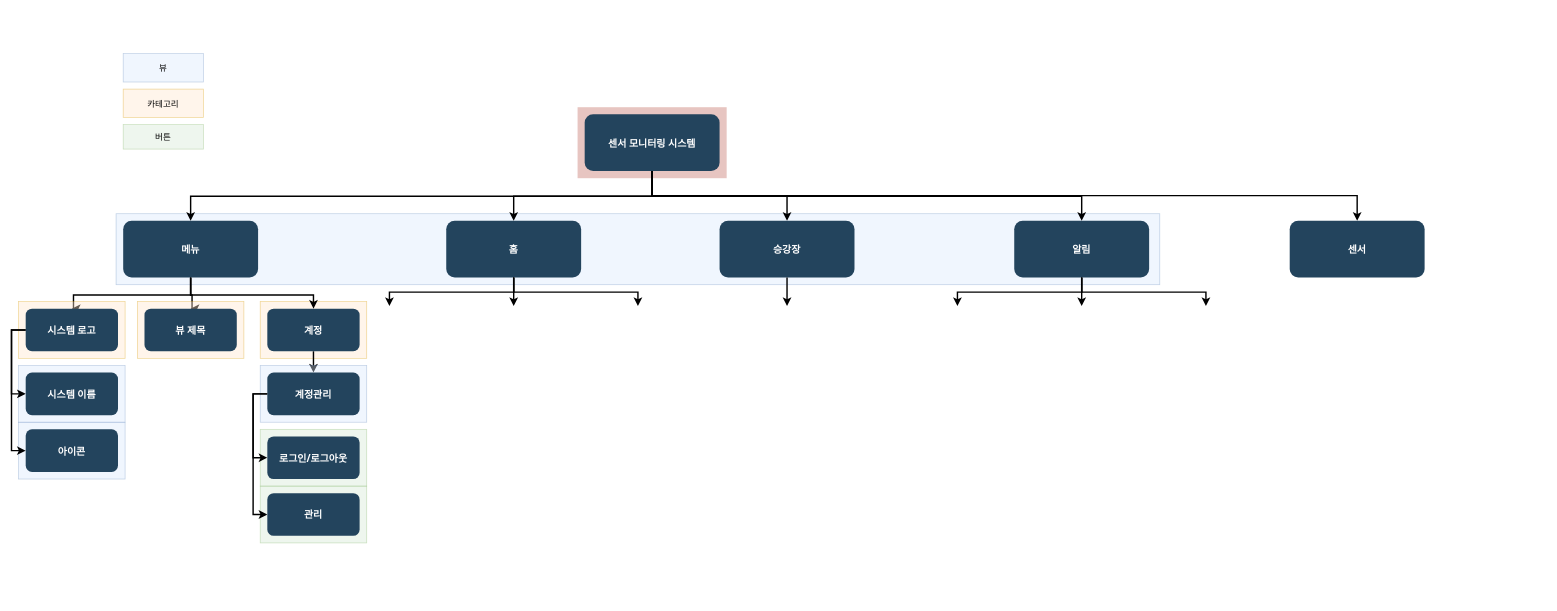
The draw.io diagram Software/Station_Sensor/Untitled Diagram.drawio in teemshn/Document, before the edit. Source tidied: cells renumbered, new cells numbered last; positions are measured from the earlier drawing's top-left corner, leaving out a move shared by most shapes. Both pictures are drawn from the tidied source at 71%, with x=0, y=0 at pixel (18, 53).
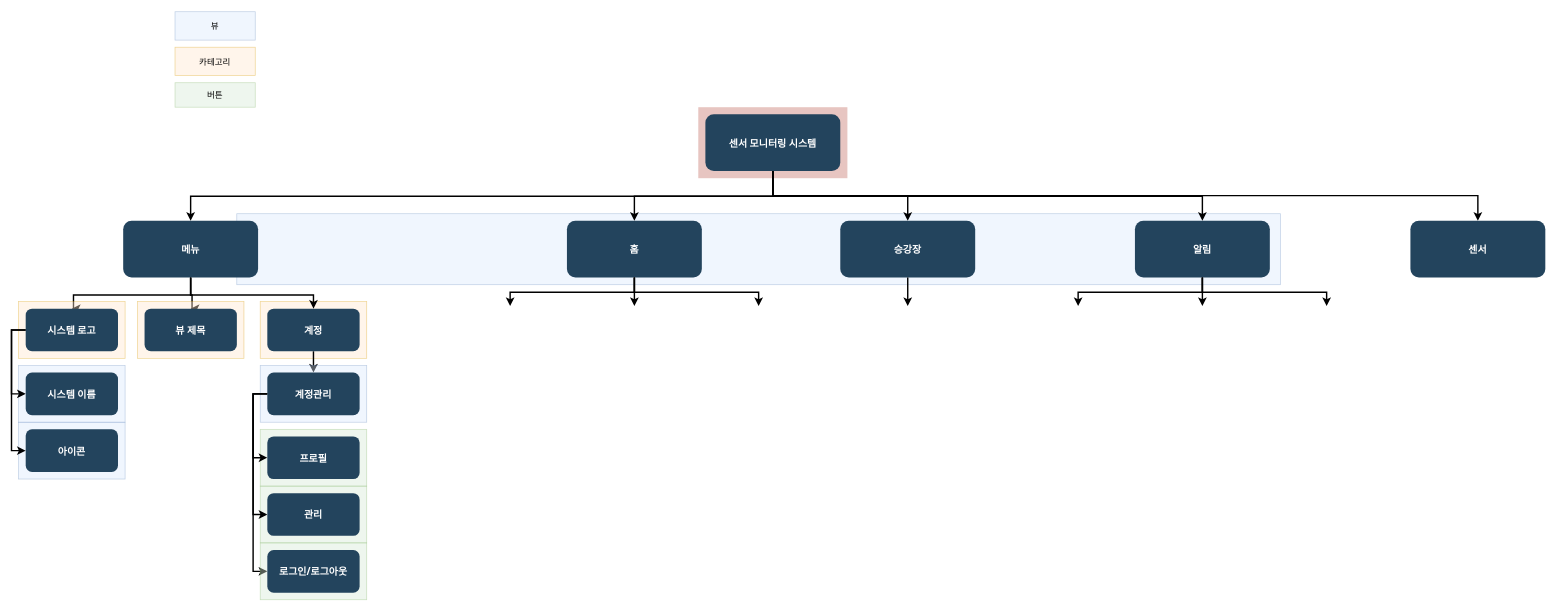
Above is the later version.

Unchanged cells that the change refers to:
```xml
<mxCell id="14" value="메뉴" style="rounded=1;fillColor=#23445D;gradientColor=none;strokeColor=none;fontColor=#FFFFFF;fontStyle=1;fontFamily=Tahoma;fontSize=14;" parent="1" vertex="1">
  <mxGeometry x="147" y="235.5" width="190" height="80" as="geometry" />
</mxCell>
<mxCell id="16" value="계정" style="rounded=1;fillColor=#23445D;gradientColor=none;strokeColor=none;fontColor=#FFFFFF;fontStyle=1;fontFamily=Tahoma;fontSize=14;" parent="1" vertex="1">
  <mxGeometry x="350" y="359.2" width="130" height="60" as="geometry" />
</mxCell>
<mxCell id="44" value="계정관리" style="rounded=1;fillColor=#23445D;gradientColor=none;strokeColor=none;fontColor=#FFFFFF;fontStyle=1;fontFamily=Tahoma;fontSize=14;" parent="1" vertex="1">
  <mxGeometry x="350" y="449.2" width="130" height="60" as="geometry" />
</mxCell>
```

The edit, as a diff of the source:
```diff
@@
     <mxCell id="2" style="fillColor=#AE4132;strokeColor=none;opacity=30;" parent="1" vertex="1">
-      <mxGeometry x="787" y="75.5" width="210" height="100" as="geometry" />
+      <mxGeometry x="957" y="75.5" width="210" height="100" as="geometry" />
     </mxCell>
     <mxCell id="3" style="fillColor=#dae8fc;strokeColor=#6c8ebf;opacity=40;" parent="1" vertex="1">
-      <mxGeometry x="137" y="225.5" width="1470" height="100" as="geometry" />
+      <mxGeometry x="307" y="225.5" width="1470" height="100" as="geometry" />
     </mxCell>
@@
     <mxCell id="6" style="edgeStyle=orthogonalEdgeStyle;rounded=0;jettySize=auto;html=1;strokeWidth=2;" parent="1" edge="1" source="7" target="27">
       <mxGeometry relative="1" as="geometry">
         <Array as="points">
-          <mxPoint x="892" y="200" />
-          <mxPoint x="1885" y="200" />
+          <mxPoint x="1062" y="200" />
+          <mxPoint x="2055" y="200" />
         </Array>
       </mxGeometry>
     </mxCell>
     <mxCell id="7" value="센서 모니터링 시스템" style="rounded=1;fillColor=#23445D;gradientColor=none;strokeColor=none;fontColor=#FFFFFF;fontStyle=1;fontFamily=Tahoma;fontSize=14;" parent="1" vertex="1">
-      <mxGeometry x="797" y="85.5" width="190" height="80" as="geometry" />
+      <mxGeometry x="967" y="85.5" width="190" height="80" as="geometry" />
     </mxCell>
     <mxCell id="8" value="알림" style="rounded=1;fillColor=#23445D;gradientColor=none;strokeColor=none;fontColor=#FFFFFF;fontStyle=1;fontFamily=Tahoma;fontSize=14;" parent="1" vertex="1">
-      <mxGeometry x="1402" y="235.5" width="190" height="80" as="geometry" />
+      <mxGeometry x="1572" y="235.5" width="190" height="80" as="geometry" />
     </mxCell>
@@
     <mxCell id="10" value="승강장" style="rounded=1;fillColor=#23445D;gradientColor=none;strokeColor=none;fontColor=#FFFFFF;fontStyle=1;fontFamily=Tahoma;fontSize=14;" parent="1" vertex="1">
-      <mxGeometry x="987" y="235.5" width="190" height="80" as="geometry" />
+      <mxGeometry x="1157" y="235.5" width="190" height="80" as="geometry" />
     </mxCell>
     <mxCell id="11" value="홈" style="rounded=1;fillColor=#23445D;gradientColor=none;strokeColor=none;fontColor=#FFFFFF;fontStyle=1;fontFamily=Tahoma;fontSize=14;" parent="1" vertex="1">
-      <mxGeometry x="602" y="235.5" width="190" height="80" as="geometry" />
+      <mxGeometry x="772" y="235.5" width="190" height="80" as="geometry" />
     </mxCell>
@@
     <mxCell id="19" style="edgeStyle=elbowEdgeStyle;elbow=vertical;strokeWidth=2;rounded=0;exitX=0.5;exitY=1;exitDx=0;exitDy=0;" parent="1" edge="1" source="14" target="16">
-      <mxGeometry x="-23" y="135.5" as="geometry">
+      <mxGeometry x="-193" y="135.5" as="geometry">
         <Array as="points">
           <mxPoint x="220" y="340" />
         </Array>
       </mxGeometry>
     </mxCell>
     <mxCell id="20" style="edgeStyle=elbowEdgeStyle;elbow=vertical;strokeWidth=2;rounded=0;" parent="1" edge="1" source="11">
       <mxGeometry x="-23" y="135.5" as="geometry">
-        <mxPoint x="522" y="355.5" as="targetPoint" />
+        <mxPoint x="692" y="355.5" as="targetPoint" />
       </mxGeometry>
     </mxCell>
     <mxCell id="21" style="edgeStyle=elbowEdgeStyle;elbow=vertical;strokeWidth=2;rounded=0;" parent="1" edge="1" source="11">
       <mxGeometry x="-23" y="135.5" as="geometry">
-        <mxPoint x="697" y="355.5" as="targetPoint" />
+        <mxPoint x="867" y="355.5" as="targetPoint" />
       </mxGeometry>
     </mxCell>
     <mxCell id="22" style="edgeStyle=elbowEdgeStyle;elbow=vertical;strokeWidth=2;rounded=0;" parent="1" edge="1" source="11">
       <mxGeometry x="-23" y="135.5" as="geometry">
-        <mxPoint x="872" y="355.5" as="targetPoint" />
+        <mxPoint x="1042" y="355.5" as="targetPoint" />
       </mxGeometry>
     </mxCell>
     <mxCell id="23" style="edgeStyle=elbowEdgeStyle;elbow=vertical;strokeWidth=2;rounded=0;" parent="1" edge="1" source="10">
       <mxGeometry x="-23" y="135.5" as="geometry">
-        <mxPoint x="1082" y="355.5" as="targetPoint" />
+        <mxPoint x="1252" y="355.5" as="targetPoint" />
       </mxGeometry>
     </mxCell>
     <mxCell id="24" style="edgeStyle=elbowEdgeStyle;elbow=vertical;strokeWidth=2;rounded=0;" parent="1" edge="1" source="8">
       <mxGeometry x="-23" y="135.5" as="geometry">
-        <mxPoint x="1497" y="355.5" as="targetPoint" />
+        <mxPoint x="1667" y="355.5" as="targetPoint" />
       </mxGeometry>
     </mxCell>
     <mxCell id="25" style="edgeStyle=elbowEdgeStyle;elbow=vertical;strokeWidth=2;rounded=0;" parent="1" edge="1" source="8">
       <mxGeometry x="-23" y="135.5" as="geometry">
-        <mxPoint x="1322" y="355.5" as="targetPoint" />
+        <mxPoint x="1492" y="355.5" as="targetPoint" />
       </mxGeometry>
     </mxCell>
     <mxCell id="26" style="edgeStyle=elbowEdgeStyle;elbow=vertical;strokeWidth=2;rounded=0;" parent="1" edge="1" source="8">
       <mxGeometry x="-23" y="135.5" as="geometry">
-        <mxPoint x="1672" y="355.5" as="targetPoint" />
+        <mxPoint x="1842" y="355.5" as="targetPoint" />
       </mxGeometry>
     </mxCell>
     <mxCell id="27" value="센서" style="rounded=1;fillColor=#23445D;gradientColor=none;strokeColor=none;fontColor=#FFFFFF;fontStyle=1;fontFamily=Tahoma;fontSize=14;" parent="1" vertex="1">
-      <mxGeometry x="1790" y="235.5" width="190" height="80" as="geometry" />
+      <mxGeometry x="1960" y="235.5" width="190" height="80" as="geometry" />
     </mxCell>
     <mxCell id="28" value="뷰" style="fillColor=#dae8fc;strokeColor=#6c8ebf;opacity=40;" parent="1" vertex="1">
-      <mxGeometry x="147" width="113" height="40" as="geometry" />
+      <mxGeometry x="220" y="-59" width="113" height="40" as="geometry" />
     </mxCell>
     <mxCell id="29" value="카테고리" style="fillColor=#ffe6cc;strokeColor=#d79b00;opacity=40;" parent="1" vertex="1">
-      <mxGeometry x="147" y="50" width="113" height="40" as="geometry" />
+      <mxGeometry x="220" y="-9" width="113" height="40" as="geometry" />
     </mxCell>
     <mxCell id="30" value="버튼" style="fillColor=#d5e8d4;strokeColor=#82b366;opacity=40;" parent="1" vertex="1">
-      <mxGeometry x="147" y="100" width="113" height="34.5" as="geometry" />
+      <mxGeometry x="220" y="41" width="113" height="34.5" as="geometry" />
     </mxCell>
     <mxCell id="31" style="fillColor=#ffe6cc;strokeColor=#d79b00;opacity=40;" parent="1" vertex="1">
-      <mxGeometry x="167" y="349.2" width="150" height="80" as="geometry" />
+      <mxGeometry x="167.1" y="349.2" width="150" height="80" as="geometry" />
     </mxCell>
     <mxCell id="32" value="뷰 제목" style="rounded=1;fillColor=#23445D;gradientColor=none;strokeColor=none;fontColor=#FFFFFF;fontStyle=1;fontFamily=Tahoma;fontSize=14;" parent="1" vertex="1">
-      <mxGeometry x="177" y="359.2" width="130" height="60" as="geometry" />
+      <mxGeometry x="177.1" y="359.2" width="130" height="60" as="geometry" />
     </mxCell>
@@
+    <mxCell id="49" style="edgeStyle=orthogonalEdgeStyle;rounded=0;jettySize=auto;html=1;entryX=0;entryY=0.5;entryDx=0;entryDy=0;exitX=0;exitY=0.5;exitDx=0;exitDy=0;strokeWidth=2;" parent="1" edge="1" source="44" target="51">
+      <mxGeometry relative="1" as="geometry" />
+    </mxCell>
@@
-    <mxCell id="45" value="로그인/로그아웃" style="rounded=1;fillColor=#23445D;gradientColor=none;strokeColor=none;fontColor=#FFFFFF;fontStyle=1;fontFamily=Tahoma;fontSize=14;" parent="1" vertex="1">
+    <mxCell id="45" value="프로필" style="rounded=1;fillColor=#23445D;gradientColor=none;strokeColor=none;fontColor=#FFFFFF;fontStyle=1;fontFamily=Tahoma;fontSize=14;" parent="1" vertex="1">
       <mxGeometry x="350" y="539.2" width="130" height="60" as="geometry" />
     </mxCell>
@@
+    <mxCell id="50" style="fillColor=#d5e8d4;strokeColor=#82b366;opacity=40;" parent="1" vertex="1">
+      <mxGeometry x="340" y="689.2" width="150" height="80" as="geometry" />
+    </mxCell>
+    <mxCell id="51" value="로그인/로그아웃" style="rounded=1;fillColor=#23445D;gradientColor=none;strokeColor=none;fontColor=#FFFFFF;fontStyle=1;fontFamily=Tahoma;fontSize=14;" parent="1" vertex="1">
+      <mxGeometry x="350" y="699.2" width="130" height="60" as="geometry" />
+    </mxCell>
```
